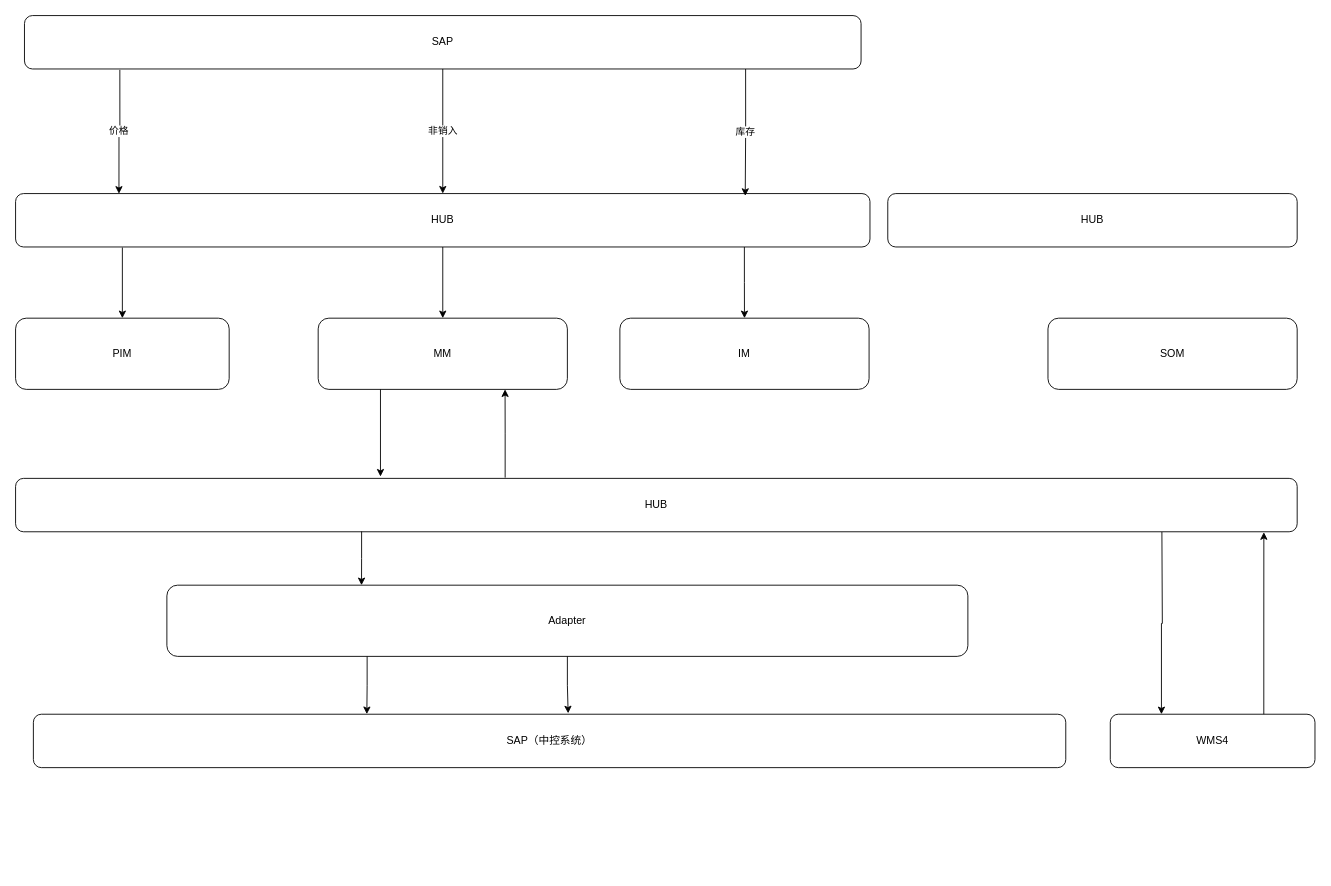
This is page "第 5 页" (5 of 5) of projects.drawio from jackie-thank/beego-authz, a draw.io file, before an edit. Source tidied: cells renumbered, new cells numbered last; positions are measured from the earlier drawing's top-left corner, leaving out a move shared by most shapes. Both pictures are drawn from the tidied source at 89%, with x=0, y=0 at pixel (15, 15).
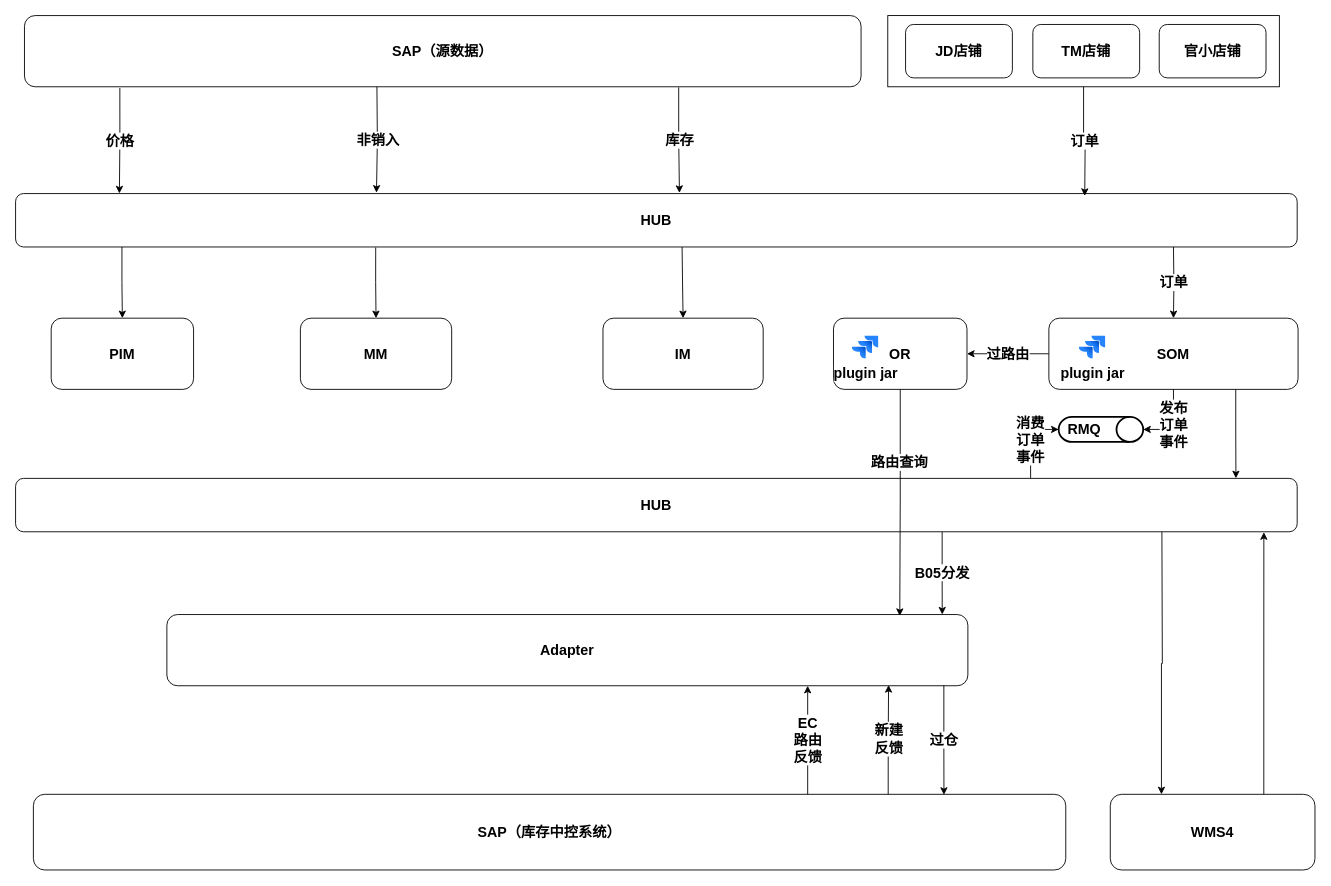
Above is the later version.

Change to the diagram source:
```diff
@@
-    <mxCell id="2" value="IM" style="rounded=1;whiteSpace=wrap;html=1;" parent="1" vertex="1">
-      <mxGeometry x="679" y="340" width="280" height="80" as="geometry" />
+    <mxCell id="2" value="IM" style="rounded=1;whiteSpace=wrap;html=1;fontSize=16;fontStyle=1;" parent="1" vertex="1">
+      <mxGeometry x="660" y="340" width="180" height="80" as="geometry" />
     </mxCell>
-    <mxCell id="3" value="WMS4" style="rounded=1;whiteSpace=wrap;html=1;" parent="1" vertex="1">
-      <mxGeometry x="1230" y="785" width="230" height="60" as="geometry" />
+    <mxCell id="3" value="WMS4" style="rounded=1;whiteSpace=wrap;html=1;fontSize=16;fontStyle=1;" parent="1" vertex="1">
+      <mxGeometry x="1230" y="875" width="230" height="85" as="geometry" />
     </mxCell>
-    <mxCell id="4" value="SAP（中控系统）" style="rounded=1;whiteSpace=wrap;html=1;" parent="1" vertex="1">
-      <mxGeometry x="20" y="785" width="1160" height="60" as="geometry" />
+    <mxCell id="4" value="SAP（库存中控系统）" style="rounded=1;whiteSpace=wrap;html=1;fontSize=16;fontStyle=1;" parent="1" vertex="1">
+      <mxGeometry x="20" y="875" width="1160" height="85" as="geometry" />
     </mxCell>
+    <mxCell id="26" value="过路由" style="edgeStyle=orthogonalEdgeStyle;rounded=0;jettySize=auto;html=1;exitX=0;exitY=0.5;exitDx=0;exitDy=0;entryX=1;entryY=0.5;entryDx=0;entryDy=0;fontSize=16;fontStyle=1;" parent="1" edge="1" source="5" target="41">
+      <mxGeometry relative="1" as="geometry" />
+    </mxCell>
-    <mxCell id="5" value="SOM" style="rounded=1;whiteSpace=wrap;html=1;" parent="1" vertex="1">
-      <mxGeometry x="1160" y="340" width="280" height="80" as="geometry" />
+    <mxCell id="5" value="SOM" style="rounded=1;whiteSpace=wrap;html=1;fontSize=16;fontStyle=1;" parent="1" vertex="1">
+      <mxGeometry x="1161" y="340" width="280" height="80" as="geometry" />
     </mxCell>
-    <mxCell id="6" style="edgeStyle=orthogonalEdgeStyle;rounded=0;jettySize=auto;html=1;entryX=0.25;entryY=0;entryDx=0;entryDy=0;" parent="1" edge="1" target="3">
+    <mxCell id="6" style="edgeStyle=orthogonalEdgeStyle;rounded=0;jettySize=auto;html=1;entryX=0.25;entryY=0;entryDx=0;entryDy=0;fontSize=16;fontStyle=1;" parent="1" edge="1" target="3">
       <mxGeometry relative="1" as="geometry">
         <mxPoint x="1288" y="580" as="sourcePoint" />
       </mxGeometry>
     </mxCell>
-    <mxCell id="7" style="edgeStyle=orthogonalEdgeStyle;rounded=0;jettySize=auto;html=1;exitX=0.382;exitY=-0.014;exitDx=0;exitDy=0;entryX=0.75;entryY=1;entryDx=0;entryDy=0;exitPerimeter=0;" parent="1" edge="1" source="8" target="9">
-      <mxGeometry relative="1" as="geometry" />
-    </mxCell>
+    <mxCell id="27" value="&lt;div style=&quot;font-size: 16px;&quot;&gt;消费&lt;/div&gt;&lt;div style=&quot;font-size: 16px;&quot;&gt;订单&lt;/div&gt;&lt;div style=&quot;font-size: 16px;&quot;&gt;事件&lt;br style=&quot;font-size: 16px;&quot;&gt;&lt;/div&gt;" style="edgeStyle=orthogonalEdgeStyle;rounded=0;jettySize=auto;html=1;exitX=0.792;exitY=-0.008;exitDx=0;exitDy=0;entryX=0.5;entryY=1;entryDx=0;entryDy=0;exitPerimeter=0;entryPerimeter=0;fontSize=16;fontStyle=1;" parent="1" edge="1" source="8" target="34">
+      <mxGeometry relative="1" as="geometry" />
+    </mxCell>
-    <mxCell id="8" value="HUB" style="rounded=1;whiteSpace=wrap;html=1;" parent="1" vertex="1">
+    <mxCell id="8" value="HUB" style="rounded=1;whiteSpace=wrap;html=1;fontSize=16;fontStyle=1;" parent="1" vertex="1">
       <mxGeometry y="520" width="1440" height="60" as="geometry" />
     </mxCell>
-    <mxCell id="9" value="MM" style="rounded=1;whiteSpace=wrap;html=1;" parent="1" vertex="1">
-      <mxGeometry x="340" y="340" width="280" height="80" as="geometry" />
+    <mxCell id="9" value="MM" style="rounded=1;whiteSpace=wrap;html=1;fontSize=16;fontStyle=1;" parent="1" vertex="1">
+      <mxGeometry x="320" y="340" width="170" height="80" as="geometry" />
     </mxCell>
-    <mxCell id="10" value="Adapter" style="rounded=1;whiteSpace=wrap;html=1;" parent="1" vertex="1">
-      <mxGeometry x="170" y="640" width="900" height="80" as="geometry" />
+    <mxCell id="10" value="Adapter" style="rounded=1;whiteSpace=wrap;html=1;fontSize=16;fontStyle=1;" parent="1" vertex="1">
+      <mxGeometry x="170" y="673" width="900" height="80" as="geometry" />
     </mxCell>
-    <mxCell id="11" value="PIM" style="rounded=1;whiteSpace=wrap;html=1;" parent="1" vertex="1">
-      <mxGeometry y="340" width="240" height="80" as="geometry" />
+    <mxCell id="11" value="PIM" style="rounded=1;whiteSpace=wrap;html=1;fontSize=16;fontStyle=1;" parent="1" vertex="1">
+      <mxGeometry x="40" y="340" width="160" height="80" as="geometry" />
     </mxCell>
-    <mxCell id="12" style="edgeStyle=orthogonalEdgeStyle;rounded=0;jettySize=auto;html=1;exitX=0.853;exitY=0.997;exitDx=0;exitDy=0;exitPerimeter=0;" parent="1" edge="1" source="15" target="2">
-      <mxGeometry relative="1" as="geometry" />
+    <mxCell id="12" style="edgeStyle=orthogonalEdgeStyle;rounded=0;jettySize=auto;html=1;exitX=0.853;exitY=0.997;exitDx=0;exitDy=0;exitPerimeter=0;fontSize=16;fontStyle=1;" parent="1" edge="1" target="2">
+      <mxGeometry relative="1" as="geometry">
+        <mxPoint x="748.9" y="259.8" as="sourcePoint" />
+      </mxGeometry>
     </mxCell>
-    <mxCell id="13" style="edgeStyle=orthogonalEdgeStyle;rounded=0;jettySize=auto;html=1;exitX=0.125;exitY=1.01;exitDx=0;exitDy=0;exitPerimeter=0;" parent="1" edge="1" source="15" target="11">
+    <mxCell id="13" style="edgeStyle=orthogonalEdgeStyle;rounded=0;jettySize=auto;html=1;exitX=0.083;exitY=0.99;exitDx=0;exitDy=0;exitPerimeter=0;fontSize=16;fontStyle=1;" parent="1" edge="1" source="15" target="11">
       <mxGeometry relative="1" as="geometry" />
     </mxCell>
-    <mxCell id="14" style="edgeStyle=orthogonalEdgeStyle;rounded=0;jettySize=auto;html=1;exitX=0.5;exitY=1;exitDx=0;exitDy=0;" parent="1" edge="1" source="15" target="9">
+    <mxCell id="14" style="edgeStyle=orthogonalEdgeStyle;rounded=0;jettySize=auto;html=1;exitX=0.281;exitY=1.01;exitDx=0;exitDy=0;entryX=0.5;entryY=0;entryDx=0;entryDy=0;exitPerimeter=0;fontSize=16;fontStyle=1;" parent="1" edge="1" source="15" target="9">
       <mxGeometry relative="1" as="geometry" />
     </mxCell>
-    <mxCell id="15" value="HUB" style="rounded=1;whiteSpace=wrap;html=1;" parent="1" vertex="1">
-      <mxGeometry y="200" width="960" height="60" as="geometry" />
+    <mxCell id="15" value="HUB" style="rounded=1;whiteSpace=wrap;html=1;fontSize=16;fontStyle=1;" parent="1" vertex="1">
+      <mxGeometry y="200" width="1440" height="60" as="geometry" />
     </mxCell>
-    <mxCell id="16" value="库存" style="edgeStyle=orthogonalEdgeStyle;rounded=0;jettySize=auto;html=1;exitX=0.862;exitY=1;exitDx=0;exitDy=0;entryX=0.854;entryY=0.043;entryDx=0;entryDy=0;entryPerimeter=0;exitPerimeter=0;" parent="1" edge="1" source="17" target="15">
+    <mxCell id="16" value="库存" style="edgeStyle=orthogonalEdgeStyle;rounded=0;jettySize=auto;html=1;exitX=0.782;exitY=1.008;exitDx=0;exitDy=0;entryX=0.518;entryY=-0.012;entryDx=0;entryDy=0;entryPerimeter=0;exitPerimeter=0;fontSize=16;fontStyle=1;" parent="1" edge="1" source="17" target="15">
       <mxGeometry relative="1" as="geometry" />
     </mxCell>
-    <mxCell id="17" value="SAP" style="rounded=1;whiteSpace=wrap;html=1;" parent="1" vertex="1">
-      <mxGeometry x="10" width="940" height="60" as="geometry" />
+    <mxCell id="17" value="SAP（源数据）" style="rounded=1;whiteSpace=wrap;html=1;fontSize=16;fontStyle=1;" parent="1" vertex="1">
+      <mxGeometry x="10" width="940" height="80" as="geometry" />
     </mxCell>
-    <mxCell id="18" value="价格" style="edgeStyle=orthogonalEdgeStyle;rounded=0;jettySize=auto;html=1;exitX=0.114;exitY=1.017;exitDx=0;exitDy=0;entryX=0.121;entryY=0.003;entryDx=0;entryDy=0;entryPerimeter=0;exitPerimeter=0;" parent="1" edge="1" source="17" target="15">
+    <mxCell id="18" value="价格" style="edgeStyle=orthogonalEdgeStyle;rounded=0;jettySize=auto;html=1;exitX=0.114;exitY=1.017;exitDx=0;exitDy=0;entryX=0.081;entryY=-0.003;entryDx=0;entryDy=0;entryPerimeter=0;exitPerimeter=0;fontSize=16;fontStyle=1;" parent="1" edge="1" source="17" target="15">
       <mxGeometry relative="1" as="geometry" />
     </mxCell>
-    <mxCell id="19" value="HUB" style="rounded=1;whiteSpace=wrap;html=1;" parent="1" vertex="1">
-      <mxGeometry x="980" y="200" width="460" height="60" as="geometry" />
-    </mxCell>
+    <mxCell id="28" value="订单" style="edgeStyle=orthogonalEdgeStyle;rounded=0;jettySize=auto;html=1;exitX=0.5;exitY=1;exitDx=0;exitDy=0;entryX=0.5;entryY=0;entryDx=0;entryDy=0;fontSize=16;fontStyle=1;" parent="1" edge="1" target="5">
+      <mxGeometry relative="1" as="geometry">
+        <mxPoint x="1301" y="260" as="sourcePoint" />
+      </mxGeometry>
+    </mxCell>
-    <mxCell id="20" value="非销入" style="edgeStyle=orthogonalEdgeStyle;rounded=0;jettySize=auto;html=1;exitX=0.5;exitY=1;exitDx=0;exitDy=0;entryX=0.5;entryY=0;entryDx=0;entryDy=0;" parent="1" edge="1" source="17" target="15">
-      <mxGeometry relative="1" as="geometry" />
+    <mxCell id="20" value="非销入" style="edgeStyle=orthogonalEdgeStyle;rounded=0;orthogonalLoop=1;jettySize=auto;html=1;exitX=0.5;exitY=1;exitDx=0;exitDy=0;entryX=0.333;entryY=-0.017;entryDx=0;entryDy=0;fontSize=16;fontStyle=1;entryPerimeter=0;" parent="1" edge="1">
+      <mxGeometry relative="1" as="geometry">
+        <mxPoint x="406" y="80" as="sourcePoint" />
+        <mxPoint x="405.5" y="199" as="targetPoint" />
+      </mxGeometry>
     </mxCell>
-    <mxCell id="21" style="edgeStyle=orthogonalEdgeStyle;rounded=0;jettySize=auto;html=1;exitX=0.25;exitY=1;exitDx=0;exitDy=0;" parent="1" edge="1" source="9">
-      <mxGeometry relative="1" as="geometry">
-        <mxPoint x="410" y="518" as="targetPoint" />
-      </mxGeometry>
-    </mxCell>
-    <mxCell id="22" style="edgeStyle=orthogonalEdgeStyle;rounded=0;jettySize=auto;html=1;exitX=0.75;exitY=0;exitDx=0;exitDy=0;entryX=0.974;entryY=1.008;entryDx=0;entryDy=0;entryPerimeter=0;" parent="1" edge="1" source="3" target="8">
+    <mxCell id="22" style="edgeStyle=orthogonalEdgeStyle;rounded=0;jettySize=auto;html=1;exitX=0.75;exitY=0;exitDx=0;exitDy=0;entryX=0.974;entryY=1.008;entryDx=0;entryDy=0;entryPerimeter=0;fontSize=16;fontStyle=1;" parent="1" edge="1" source="3" target="8">
       <mxGeometry relative="1" as="geometry" />
     </mxCell>
+    <mxCell id="29" style="rounded=0;whiteSpace=wrap;html=1;fontSize=16;fontStyle=1;" parent="1" vertex="1">
+      <mxGeometry x="980" width="440" height="80" as="geometry" />
+    </mxCell>
+    <mxCell id="30" value="JD店铺" style="rounded=1;whiteSpace=wrap;html=1;fontSize=16;fontStyle=1;" parent="1" vertex="1">
+      <mxGeometry x="1000" y="10" width="120" height="60" as="geometry" />
+    </mxCell>
+    <mxCell id="31" value="TM店铺" style="rounded=1;whiteSpace=wrap;html=1;fontSize=16;fontStyle=1;" parent="1" vertex="1">
+      <mxGeometry x="1143" y="10" width="120" height="60" as="geometry" />
+    </mxCell>
+    <mxCell id="32" value="官小店铺" style="rounded=1;whiteSpace=wrap;html=1;fontSize=16;fontStyle=1;" parent="1" vertex="1">
+      <mxGeometry x="1285" y="10" width="120" height="60" as="geometry" />
+    </mxCell>
+    <mxCell id="33" value="订单" style="edgeStyle=orthogonalEdgeStyle;rounded=0;jettySize=auto;html=1;exitX=0.5;exitY=1;exitDx=0;exitDy=0;entryX=0.481;entryY=0.043;entryDx=0;entryDy=0;entryPerimeter=0;fontSize=16;fontStyle=1;" parent="1" edge="1" source="29">
+      <mxGeometry relative="1" as="geometry">
+        <mxPoint x="1201.3" y="202.6" as="targetPoint" />
+      </mxGeometry>
+    </mxCell>
+    <mxCell id="34" style="shape=cylinder3;whiteSpace=wrap;html=1;boundedLbl=1;backgroundOutline=1;size=15;strokeWidth=2;fontStyle=1;fontSize=16;rotation=90;" parent="1" vertex="1">
+      <mxGeometry x="1205.5" y="417.5" width="28" height="95" as="geometry" />
+    </mxCell>
+    <mxCell id="35" value="RMQ" style="text;html=1;strokeColor=none;fillColor=none;align=center;verticalAlign=middle;whiteSpace=wrap;rounded=0;fontSize=16;fontStyle=1;strokeWidth=2;" parent="1" vertex="1">
+      <mxGeometry x="1171" y="450" width="60" height="30" as="geometry" />
+    </mxCell>
+    <mxCell id="36" value="&lt;div style=&quot;font-size: 16px;&quot;&gt;发布&lt;br style=&quot;font-size: 16px;&quot;&gt;&lt;/div&gt;&lt;div style=&quot;font-size: 16px;&quot;&gt;订单&lt;/div&gt;&lt;div style=&quot;font-size: 16px;&quot;&gt;事件&lt;/div&gt;" style="edgeStyle=orthogonalEdgeStyle;rounded=0;jettySize=auto;html=1;exitX=0.5;exitY=1;exitDx=0;exitDy=0;entryX=0.5;entryY=0;entryDx=0;entryDy=0;entryPerimeter=0;fontSize=16;fontStyle=1;" parent="1" edge="1" source="5" target="34">
+      <mxGeometry relative="1" as="geometry" />
+    </mxCell>
-    <mxCell id="23" style="edgeStyle=orthogonalEdgeStyle;rounded=0;jettySize=auto;html=1;exitX=0.27;exitY=0.994;exitDx=0;exitDy=0;entryX=0.243;entryY=0;entryDx=0;entryDy=0;entryPerimeter=0;exitPerimeter=0;" parent="1" edge="1" source="8" target="10">
+    <mxCell id="23" value="B05分发" style="edgeStyle=orthogonalEdgeStyle;rounded=0;jettySize=auto;html=1;exitX=0.723;exitY=1.004;exitDx=0;exitDy=0;entryX=0.968;entryY=0;entryDx=0;entryDy=0;entryPerimeter=0;exitPerimeter=0;fontSize=16;fontStyle=1;" parent="1" edge="1" source="8" target="10">
       <mxGeometry relative="1" as="geometry" />
     </mxCell>
-    <mxCell id="24" style="edgeStyle=orthogonalEdgeStyle;rounded=0;jettySize=auto;html=1;exitX=0.25;exitY=1;exitDx=0;exitDy=0;entryX=0.323;entryY=-0.002;entryDx=0;entryDy=0;entryPerimeter=0;" parent="1" edge="1" source="10" target="4">
-      <mxGeometry relative="1" as="geometry" />
-    </mxCell>
-    <mxCell id="25" style="edgeStyle=orthogonalEdgeStyle;rounded=0;jettySize=auto;html=1;exitX=0.5;exitY=1;exitDx=0;exitDy=0;entryX=0.518;entryY=-0.017;entryDx=0;entryDy=0;entryPerimeter=0;" parent="1" edge="1" source="10" target="4">
-      <mxGeometry relative="1" as="geometry" />
-    </mxCell>
+    <mxCell id="37" value="过仓" style="edgeStyle=orthogonalEdgeStyle;rounded=0;jettySize=auto;html=1;exitX=0.97;exitY=0.993;exitDx=0;exitDy=0;entryX=0.882;entryY=0.007;entryDx=0;entryDy=0;entryPerimeter=0;exitPerimeter=0;fontSize=16;fontStyle=1;" parent="1" edge="1" source="10" target="4">
+      <mxGeometry relative="1" as="geometry" />
+    </mxCell>
+    <mxCell id="38" value="&lt;div style=&quot;font-size: 16px;&quot;&gt;新建&lt;/div&gt;&lt;div style=&quot;font-size: 16px;&quot;&gt;反馈&lt;/div&gt;" style="edgeStyle=orthogonalEdgeStyle;rounded=0;jettySize=auto;html=1;exitX=0.828;exitY=0;exitDx=0;exitDy=0;entryX=0.901;entryY=0.99;entryDx=0;entryDy=0;entryPerimeter=0;exitPerimeter=0;fontSize=16;fontStyle=1;" parent="1" edge="1" source="4" target="10">
+      <mxGeometry relative="1" as="geometry" />
+    </mxCell>
+    <mxCell id="39" value="&lt;div style=&quot;font-size: 16px;&quot;&gt;EC&lt;/div&gt;&lt;div style=&quot;font-size: 16px;&quot;&gt;路由&lt;/div&gt;&lt;div style=&quot;font-size: 16px;&quot;&gt;反馈&lt;br style=&quot;font-size: 16px;&quot;&gt;&lt;/div&gt;" style="edgeStyle=orthogonalEdgeStyle;rounded=0;jettySize=auto;html=1;exitX=0.75;exitY=0;exitDx=0;exitDy=0;entryX=0.8;entryY=1;entryDx=0;entryDy=0;entryPerimeter=0;fontSize=16;fontStyle=1;" parent="1" edge="1" source="4" target="10">
+      <mxGeometry relative="1" as="geometry" />
+    </mxCell>
+    <mxCell id="40" style="edgeStyle=orthogonalEdgeStyle;rounded=0;jettySize=auto;html=1;exitX=0.75;exitY=1;exitDx=0;exitDy=0;entryX=0.889;entryY=-0.001;entryDx=0;entryDy=0;entryPerimeter=0;fontSize=16;fontStyle=1;" parent="1" edge="1" source="5">
+      <mxGeometry relative="1" as="geometry">
+        <mxPoint x="1371.2" y="519.9" as="targetPoint" />
+      </mxGeometry>
+    </mxCell>
+    <mxCell id="41" value="OR" style="rounded=1;whiteSpace=wrap;html=1;fontSize=16;fontStyle=1;" parent="1" vertex="1">
+      <mxGeometry x="919" y="340" width="150" height="80" as="geometry" />
+    </mxCell>
+    <mxCell id="42" value="路由查询" style="edgeStyle=orthogonalEdgeStyle;rounded=0;jettySize=auto;html=1;exitX=0.5;exitY=1;exitDx=0;exitDy=0;fontSize=16;fontStyle=1;entryX=0.915;entryY=0.02;entryDx=0;entryDy=0;entryPerimeter=0;" parent="1" edge="1" source="41" target="10">
+      <mxGeometry x="-0.36" y="-1" relative="1" as="geometry" />
+    </mxCell>
+    <mxCell id="43" value="plugin jar" style="image;html=1;image=img/lib/atlassian/Jira_Logo.svg;fontSize=16;fontStyle=1;strokeWidth=2;" parent="1" vertex="1">
+      <mxGeometry x="940" y="360" width="30" height="26" as="geometry" />
+    </mxCell>
+    <mxCell id="44" value="plugin jar" style="image;html=1;image=img/lib/atlassian/Jira_Logo.svg;fontSize=16;fontStyle=1;strokeWidth=2;" parent="1" vertex="1">
+      <mxGeometry x="1195" y="360" width="30" height="26" as="geometry" />
+    </mxCell>
```
